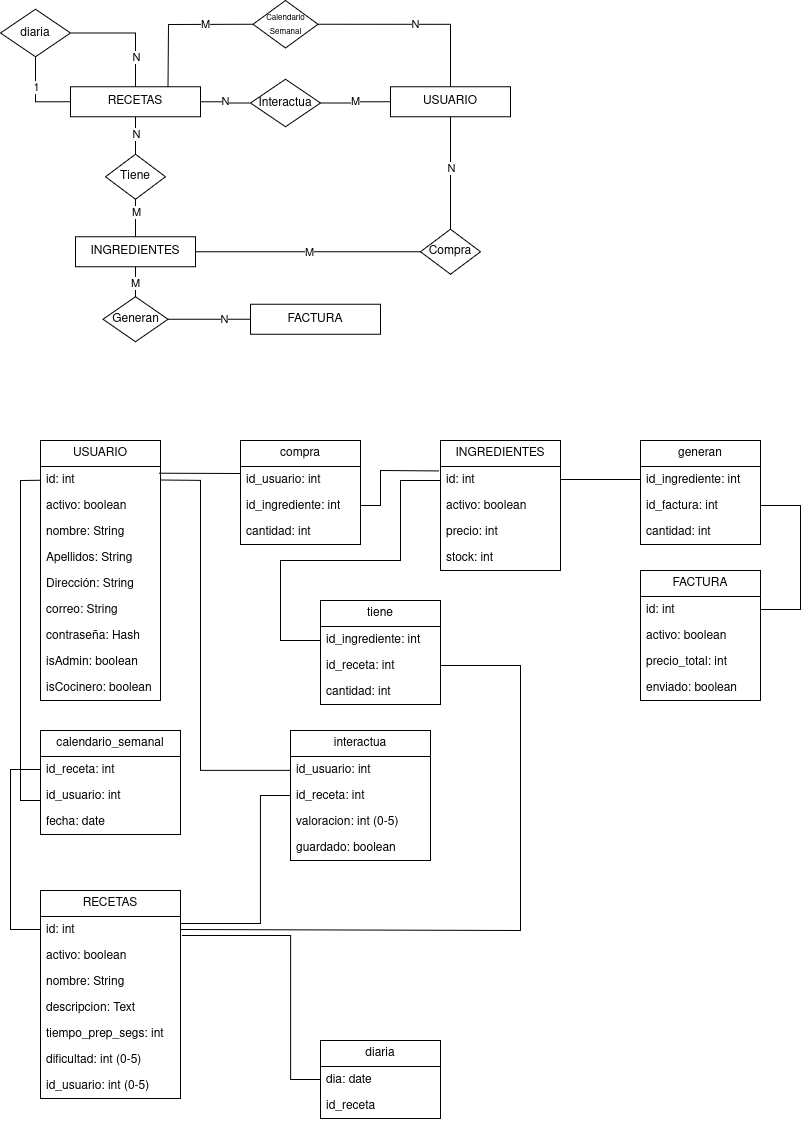
The draw.io diagram docs/Diagrama-Entidad_Relación.png in ntrefftz/CookingLab, before a commit. Source tidied: cells renumbered, new cells last; positions are measured from the earlier drawing's top-left corner, leaving out a move shared by most shapes.
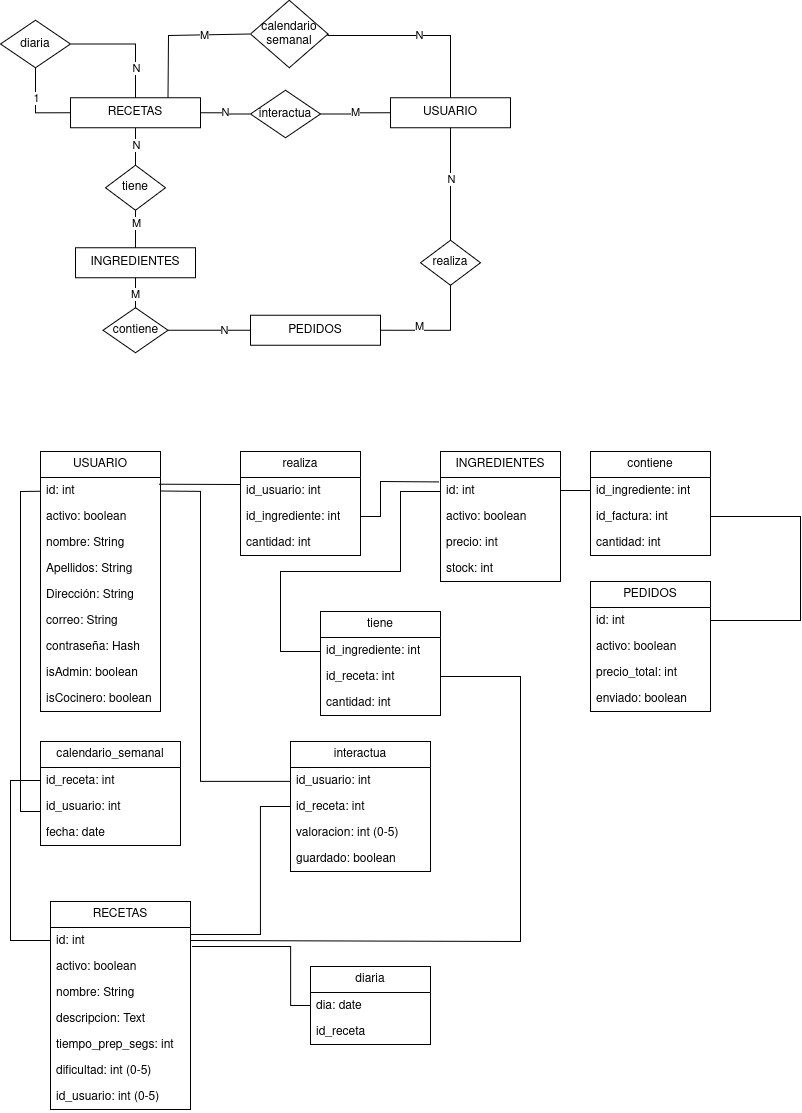
Above is the later version.

Change to the diagram source:
```diff
@@ -21,7 +21,7 @@
         <mxPoint x="-1" as="offset" />
       </mxGeometry>
     </mxCell>
-    <mxCell id="7" value="Tiene" style="rhombus;whiteSpace=wrap;html=1;" parent="1" vertex="1">
+    <mxCell id="7" value="tiene" style="rhombus;whiteSpace=wrap;html=1;" parent="1" vertex="1">
       <mxGeometry x="105" y="153.8" width="60" height="45" as="geometry" />
     </mxCell>
     <mxCell id="8" style="edgeStyle=orthogonalEdgeStyle;rounded=0;jettySize=auto;html=1;exitX=0.5;exitY=0;exitDx=0;exitDy=0;entryX=1;entryY=0.5;entryDx=0;entryDy=0;endArrow=none;startFill=0;" parent="1" edge="1" source="12" target="31">
@@ -45,7 +45,7 @@
     <mxCell id="12" value="RECETAS" style="rounded=0;whiteSpace=wrap;html=1;" parent="1" vertex="1">
       <mxGeometry x="70" y="86.2" width="130" height="30" as="geometry" />
     </mxCell>
-    <mxCell id="13" value="FACTURA" style="rounded=0;whiteSpace=wrap;html=1;" parent="1" vertex="1">
+    <mxCell id="13" value="PEDIDOS" style="rounded=0;whiteSpace=wrap;html=1;" parent="1" vertex="1">
       <mxGeometry x="250" y="303.8" width="130" height="30" as="geometry" />
     </mxCell>
     <mxCell id="14" value="N" style="edgeStyle=orthogonalEdgeStyle;rounded=0;jettySize=auto;html=1;exitX=0.5;exitY=0;exitDx=0;exitDy=0;entryX=1;entryY=0.5;entryDx=0;entryDy=0;endArrow=none;startFill=0;" parent="1" edge="1" source="15" target="32">
@@ -64,7 +64,7 @@
     <mxCell id="17" value="M" style="edgeStyle=orthogonalEdgeStyle;rounded=0;jettySize=auto;html=1;exitX=1;exitY=0.5;exitDx=0;exitDy=0;entryX=0;entryY=0.5;entryDx=0;entryDy=0;endArrow=none;startFill=0;" parent="1" edge="1" source="18" target="15">
       <mxGeometry relative="1" as="geometry" />
     </mxCell>
-    <mxCell id="18" value="Interactua" style="rhombus;whiteSpace=wrap;html=1;" parent="1" vertex="1">
+    <mxCell id="18" value="interactua" style="rhombus;whiteSpace=wrap;html=1;" parent="1" vertex="1">
       <mxGeometry x="250" y="78.8" width="70" height="47.5" as="geometry" />
     </mxCell>
     <mxCell id="19" style="edgeStyle=orthogonalEdgeStyle;rounded=0;jettySize=auto;html=1;entryX=0.5;entryY=1;entryDx=0;entryDy=0;endArrow=none;startFill=0;" parent="1" edge="1" source="23" target="15">
@@ -73,7 +73,7 @@
     <mxCell id="20" value="N" style="edgeLabel;html=1;align=center;verticalAlign=middle;" parent="19" vertex="1">
       <mxGeometry x="0.09" relative="1" as="geometry" />
     </mxCell>
-    <mxCell id="21" style="edgeStyle=orthogonalEdgeStyle;rounded=0;jettySize=auto;html=1;exitX=0;exitY=0.5;exitDx=0;exitDy=0;endArrow=none;startFill=0;" parent="1" edge="1" source="23" target="2">
+    <mxCell id="21" style="edgeStyle=orthogonalEdgeStyle;rounded=0;jettySize=auto;html=1;exitX=0.5;exitY=1;exitDx=0;exitDy=0;endArrow=none;startFill=0;entryX=1;entryY=0.5;entryDx=0;entryDy=0;" parent="1" edge="1" source="23" target="13">
       <mxGeometry relative="1" as="geometry" />
     </mxCell>
     <mxCell id="22" value="M" style="edgeLabel;html=1;align=center;verticalAlign=middle;" parent="21" vertex="1">
@@ -81,7 +81,7 @@
         <mxPoint x="-32" as="offset" />
       </mxGeometry>
     </mxCell>
-    <mxCell id="23" value="&lt;div&gt;Compra&lt;/div&gt;" style="rhombus;whiteSpace=wrap;html=1;" parent="1" vertex="1">
+    <mxCell id="23" value="realiza" style="rhombus;whiteSpace=wrap;html=1;" parent="1" vertex="1">
       <mxGeometry x="420" y="228.8" width="60" height="45" as="geometry" />
     </mxCell>
     <mxCell id="24" style="edgeStyle=orthogonalEdgeStyle;rounded=0;jettySize=auto;html=1;entryX=0;entryY=0.5;entryDx=0;entryDy=0;endArrow=none;startFill=0;" parent="1" edge="1" source="28" target="13">
@@ -98,7 +98,7 @@
     <mxCell id="27" value="&lt;div&gt;M&lt;/div&gt;" style="edgeLabel;html=1;align=center;verticalAlign=middle;" parent="26" vertex="1">
       <mxGeometry x="0.05" y="-1" relative="1" as="geometry" />
     </mxCell>
-    <mxCell id="28" value="Generan" style="rhombus;whiteSpace=wrap;html=1;" parent="1" vertex="1">
+    <mxCell id="28" value="contiene" style="rhombus;whiteSpace=wrap;html=1;" parent="1" vertex="1">
       <mxGeometry x="102.5" y="296.2" width="65" height="45" as="geometry" />
     </mxCell>
     <mxCell id="29" style="edgeStyle=orthogonalEdgeStyle;rounded=0;jettySize=auto;html=1;exitX=0.5;exitY=1;exitDx=0;exitDy=0;entryX=0;entryY=0.5;entryDx=0;entryDy=0;endArrow=none;startFill=0;" parent="1" edge="1" source="31" target="12">
@@ -112,11 +112,11 @@
     <mxCell id="31" value="diaria" style="rhombus;whiteSpace=wrap;html=1;" parent="1" vertex="1">
       <mxGeometry y="8.8" width="70" height="47.5" as="geometry" />
     </mxCell>
-    <mxCell id="32" value="&lt;font style=&quot;font-size: 8px;&quot;&gt;Calendario Semanal&lt;/font&gt;" style="rhombus;whiteSpace=wrap;html=1;" parent="1" vertex="1">
-      <mxGeometry x="252.5" width="65" height="47.5" as="geometry" />
+    <mxCell id="32" value="calendario semanal" style="rhombus;whiteSpace=wrap;html=1;" parent="1" vertex="1">
+      <mxGeometry x="250" y="-11.2" width="77.5" height="67.5" as="geometry" />
     </mxCell>
     <mxCell id="33" value="RECETAS" style="swimlane;fontStyle=0;horizontal=1;startSize=26;fillColor=none;whiteSpace=wrap;html=1;" parent="1" vertex="1">
-      <mxGeometry x="40" y="890" width="140" height="208" as="geometry" />
+      <mxGeometry x="50" y="890" width="140" height="208" as="geometry" />
     </mxCell>
     <mxCell id="34" value="id: int&lt;span style=&quot;white-space: pre;&quot;&gt;&#9;&lt;/span&gt;" style="text;strokeColor=none;fillColor=none;align=left;verticalAlign=top;spacingLeft=4;spacingRight=4;overflow=hidden;points=[[0,0.5],[1,0.5]];portConstraint=eastwest;whiteSpace=wrap;html=1;" parent="33" vertex="1">
       <mxGeometry y="26" width="140" height="26" as="geometry" />
@@ -188,7 +188,7 @@
       <mxGeometry relative="1" as="geometry" />
     </mxCell>
     <mxCell id="57" value="diaria" style="swimlane;fontStyle=0;horizontal=1;startSize=26;fillColor=none;whiteSpace=wrap;html=1;" parent="1" vertex="1">
-      <mxGeometry x="320" y="1040" width="120" height="78" as="geometry" />
+      <mxGeometry x="310" y="955" width="120" height="78" as="geometry" />
     </mxCell>
     <mxCell id="58" value="dia: date" style="text;strokeColor=none;fillColor=none;align=left;verticalAlign=top;spacingLeft=4;spacingRight=4;overflow=hidden;whiteSpace=wrap;html=1;" parent="57" vertex="1">
       <mxGeometry y="26" width="120" height="26" as="geometry" />
@@ -196,8 +196,8 @@
     <mxCell id="59" value="id_receta" style="text;strokeColor=none;fillColor=none;align=left;verticalAlign=top;spacingLeft=4;spacingRight=4;overflow=hidden;whiteSpace=wrap;html=1;" parent="57" vertex="1">
       <mxGeometry y="52" width="120" height="26" as="geometry" />
     </mxCell>
-    <mxCell id="60" value="FACTURA" style="swimlane;fontStyle=0;horizontal=1;startSize=26;fillColor=none;whiteSpace=wrap;html=1;" parent="1" vertex="1">
-      <mxGeometry x="640" y="570" width="120" height="130" as="geometry" />
+    <mxCell id="60" value="PEDIDOS" style="swimlane;fontStyle=0;horizontal=1;startSize=26;fillColor=none;whiteSpace=wrap;html=1;" parent="1" vertex="1">
+      <mxGeometry x="590" y="570" width="120" height="130" as="geometry" />
     </mxCell>
     <mxCell id="61" value="id: int&lt;span style=&quot;white-space: pre;&quot;&gt;&#9;&lt;/span&gt;" style="text;strokeColor=none;fillColor=none;align=left;verticalAlign=top;spacingLeft=4;spacingRight=4;overflow=hidden;points=[[0,0.5],[1,0.5]];portConstraint=eastwest;whiteSpace=wrap;html=1;" parent="60" vertex="1">
       <mxGeometry y="26" width="120" height="26" as="geometry" />
@@ -238,8 +238,8 @@
     <mxCell id="73" value="cantidad: int" style="text;strokeColor=none;fillColor=none;align=left;verticalAlign=top;spacingLeft=4;spacingRight=4;overflow=hidden;whiteSpace=wrap;html=1;" parent="70" vertex="1">
       <mxGeometry y="78" width="120" height="26" as="geometry" />
     </mxCell>
-    <mxCell id="74" value="generan" style="swimlane;fontStyle=0;horizontal=1;startSize=26;fillColor=none;whiteSpace=wrap;html=1;" parent="1" vertex="1">
-      <mxGeometry x="640" y="440" width="120" height="104" as="geometry" />
+    <mxCell id="74" value="contiene" style="swimlane;fontStyle=0;horizontal=1;startSize=26;fillColor=none;whiteSpace=wrap;html=1;" parent="1" vertex="1">
+      <mxGeometry x="590" y="440" width="120" height="104" as="geometry" />
     </mxCell>
     <mxCell id="75" value="id_ingrediente: int" style="text;strokeColor=none;fillColor=none;align=left;verticalAlign=top;spacingLeft=4;spacingRight=4;overflow=hidden;points=[[0,0.5],[1,0.5]];portConstraint=eastwest;whiteSpace=wrap;html=1;" parent="74" vertex="1">
       <mxGeometry y="26" width="120" height="26" as="geometry" />
@@ -250,7 +250,7 @@
     <mxCell id="77" value="cantidad: int" style="text;strokeColor=none;fillColor=none;align=left;verticalAlign=top;spacingLeft=4;spacingRight=4;overflow=hidden;whiteSpace=wrap;html=1;" parent="74" vertex="1">
       <mxGeometry y="78" width="120" height="26" as="geometry" />
     </mxCell>
-    <mxCell id="78" value="compra" style="swimlane;fontStyle=0;horizontal=1;startSize=26;fillColor=none;whiteSpace=wrap;html=1;" parent="1" vertex="1">
+    <mxCell id="78" value="realiza" style="swimlane;fontStyle=0;horizontal=1;startSize=26;fillColor=none;whiteSpace=wrap;html=1;" parent="1" vertex="1">
       <mxGeometry x="240" y="440" width="120" height="104" as="geometry" />
     </mxCell>
     <mxCell id="79" value="&lt;div&gt;id_usuario: int&lt;/div&gt;" style="text;strokeColor=none;fillColor=none;align=left;verticalAlign=top;spacingLeft=4;spacingRight=4;overflow=hidden;whiteSpace=wrap;html=1;" parent="78" vertex="1">
@@ -278,7 +278,7 @@
       <mxGeometry relative="1" as="geometry">
         <Array as="points">
           <mxPoint x="290" y="935" />
-          <mxPoint x="290" y="1079" />
+          <mxPoint x="290" y="994" />
         </Array>
       </mxGeometry>
     </mxCell>
```
